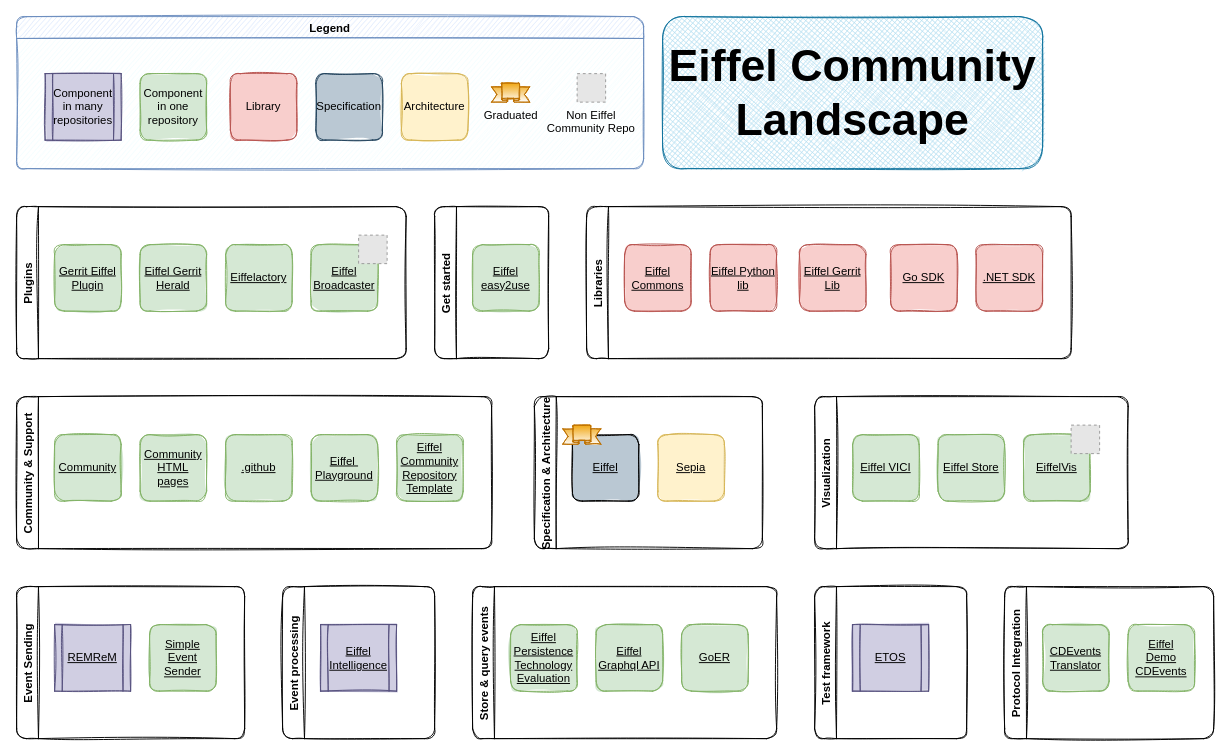
Earlier version of the draw.io diagram src/landscape.drawio (eiffel-community/eiffel-community.github.io). Source tidied: cells renumbered, new cells numbered last; positions are measured from the earlier drawing's top-left corner, leaving out a move shared by most shapes. Both pictures are drawn from the tidied source at 95%, with x=0, y=0 at pixel (16, 16). Pictures stored in the file or linked from it are replaced by grey dashed boxes.
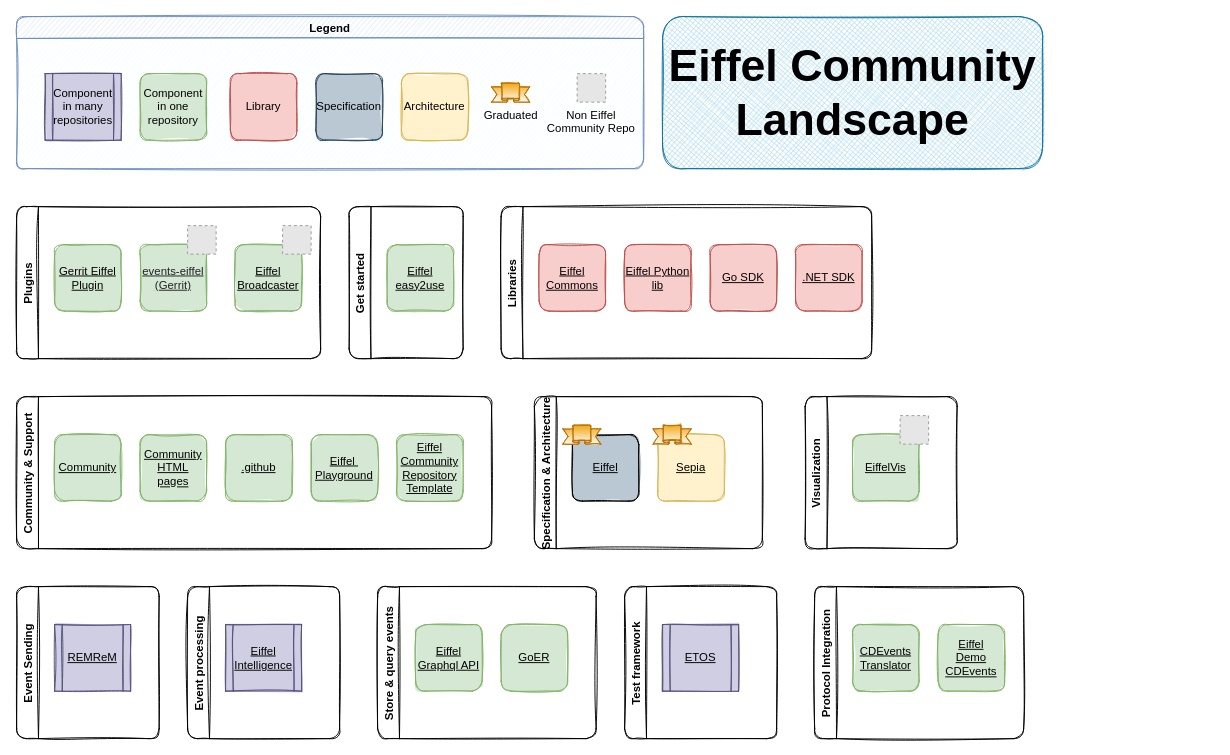
After the change.

Commit message (it also covers changes not shown here):
Removed projects candidate for archiving and added eiffel-events.

Removed the following projects as they have been candidates for archiving.

- eiffel-gerrit-lib
- eiffel-gerrit-herald
- eiffelactory
- eiffel-persistence-technology-evaluation
- eiffel-vici
- eiffel-store

Added:

- eiffel-events (gerrit)

The change refers to these unchanged cells:
```xml
<mxCell id="2" value="Specification &amp; Architecture" style="swimlane;horizontal=0;rounded=1;sketch=1;" parent="1" vertex="1">
  <mxGeometry x="545" y="400" width="240" height="160" as="geometry" />
</mxCell>
```

Diff of the diagram source:
```diff
@@
+    <mxCell id="50" value="&lt;u&gt;Sepia&lt;/u&gt;" style="whiteSpace=wrap;html=1;sketch=1;rounded=1;fillColor=#fff2cc;strokeColor=#d6b656;fillStyle=solid;" parent="1" vertex="1">
+      <mxGeometry x="675" y="440" width="70" height="70" as="geometry" />
+    </mxCell>
@@
+    <mxCell id="54" style="verticalLabelPosition=bottom;verticalAlign=top;html=1;shape=mxgraph.basic.banner;rounded=1;shadow=0;glass=0;sketch=1;fillColor=#f0a30a;strokeColor=#BD7000;fontColor=#000000;gradientColor=#ffffff;" parent="2" vertex="1">
+      <mxGeometry x="125" y="30" width="40" height="20" as="geometry" />
+    </mxCell>
     <mxCell id="5" value="Plugins" style="swimlane;horizontal=0;rounded=1;sketch=1;" parent="1" vertex="1">
-      <mxGeometry y="200" width="410" height="160" as="geometry" />
+      <mxGeometry y="200" width="320" height="160" as="geometry" />
     </mxCell>
@@
-    <mxCell id="7" value="&lt;u&gt;Eiffel Gerrit Herald&lt;/u&gt;" style="whiteSpace=wrap;html=1;sketch=1;rounded=1;fillColor=#d5e8d4;strokeColor=#82b366;fillStyle=solid;" parent="5" vertex="1">
-      <mxGeometry x="130" y="40" width="70" height="70" as="geometry" />
-    </mxCell>
-    <mxCell id="8" value="&lt;u&gt;Eiffelactory&lt;/u&gt;" style="whiteSpace=wrap;html=1;sketch=1;rounded=1;fillColor=#d5e8d4;strokeColor=#82b366;fillStyle=solid;" parent="5" vertex="1">
-      <mxGeometry x="220" y="40" width="70" height="70" as="geometry" />
-    </mxCell>
     <mxCell id="9" value="&lt;u&gt;Eiffel Broadcaster&lt;/u&gt;" style="whiteSpace=wrap;html=1;sketch=1;rounded=1;fillColor=#d5e8d4;strokeColor=#82b366;fillStyle=solid;" parent="5" vertex="1">
-      <mxGeometry x="310" y="40" width="70" height="70" as="geometry" />
+      <mxGeometry x="230" y="40" width="70" height="70" as="geometry" />
     </mxCell>
     <mxCell id="10" style="fillColor=#E6E6E6;strokeColor=#999999;dashed=1;verticalLabelPosition=bottom;verticalAlign=top;fontColor=#007FFF;" parent="5" vertex="1">
-      <mxGeometry x="360" y="30" width="30" height="30" as="geometry" />
+      <mxGeometry x="280" y="20" width="30" height="30" as="geometry" />
     </mxCell>
+    <mxCell id="55" value="&lt;h1 style=&quot;border: 0px; box-sizing: border-box; font-variant-numeric: inherit; font-variant-east-asian: inherit; font-variant-alternates: inherit; font-variant-position: inherit; font-weight: var(--font-weight-h1); font-stretch: inherit; font-size: var(--font-size-h1); line-height: var(--line-height-h1); font-family: var(--header-font-family); font-optical-sizing: inherit; font-kerning: inherit; font-feature-settings: inherit; font-variation-settings: inherit; margin-top: 0px; margin-right: 0px; margin-bottom: var(--spacing-s); margin-left: 0px; padding: 0px; vertical-align: baseline; color: rgb(32, 33, 36);&quot; class=&quot;heading-1&quot; id=&quot;Title&quot;&gt;&lt;u style=&quot;&quot;&gt;events-eiffel (Gerrit)&lt;/u&gt;&lt;/h1&gt;" style="whiteSpace=wrap;html=1;sketch=1;rounded=1;fillColor=#d5e8d4;strokeColor=#82b366;fillStyle=solid;align=center;" parent="5" vertex="1">
+      <mxGeometry x="130" y="40" width="70" height="70" as="geometry" />
+    </mxCell>
+    <mxCell id="56" style="fillColor=#E6E6E6;strokeColor=#999999;dashed=1;verticalLabelPosition=bottom;verticalAlign=top;fontColor=#007FFF;" parent="5" vertex="1">
+      <mxGeometry x="180" y="20" width="30" height="30" as="geometry" />
+    </mxCell>
     <mxCell id="11" value="Store &amp; query events" style="swimlane;horizontal=0;rounded=1;sketch=1;" parent="1" vertex="1">
-      <mxGeometry x="480" y="600" width="320" height="160" as="geometry" />
+      <mxGeometry x="380" y="600" width="230" height="160" as="geometry" />
     </mxCell>
-    <mxCell id="12" value="&lt;u&gt;Eiffel Persistence Technology Evaluation&lt;/u&gt;" style="whiteSpace=wrap;html=1;sketch=1;rounded=1;fillColor=#d5e8d4;strokeColor=#82b366;fillStyle=solid;" parent="11" vertex="1">
-      <mxGeometry x="40" y="40" width="70" height="70" as="geometry" />
-    </mxCell>
     <mxCell id="13" value="&lt;u&gt;Eiffel Graphql API&lt;/u&gt;" style="whiteSpace=wrap;html=1;sketch=1;rounded=1;fillColor=#d5e8d4;strokeColor=#82b366;fillStyle=solid;" parent="11" vertex="1">
-      <mxGeometry x="130" y="40" width="70" height="70" as="geometry" />
+      <mxGeometry x="40" y="40" width="70" height="70" as="geometry" />
     </mxCell>
     <mxCell id="14" value="&lt;u&gt;GoER&lt;/u&gt;" style="whiteSpace=wrap;html=1;sketch=1;rounded=1;fillColor=#d5e8d4;strokeColor=#82b366;fillStyle=solid;" parent="11" vertex="1">
-      <mxGeometry x="220" y="40" width="70" height="70" as="geometry" />
+      <mxGeometry x="130" y="40" width="70" height="70" as="geometry" />
     </mxCell>
     <mxCell id="15" value="Event Sending" style="swimlane;horizontal=0;rounded=1;sketch=1;glass=0;shadow=0;" parent="1" vertex="1">
-      <mxGeometry y="600" width="240" height="160" as="geometry" />
+      <mxGeometry y="600" width="150" height="160" as="geometry" />
     </mxCell>
@@
-    <mxCell id="17" value="&lt;div&gt;&lt;u&gt;Simple Event Sender &lt;/u&gt;&lt;br&gt;&lt;/div&gt;" style="whiteSpace=wrap;html=1;sketch=1;rounded=1;fillColor=#d5e8d4;strokeColor=#82b366;fillStyle=solid;" parent="15" vertex="1">
-      <mxGeometry x="140" y="40" width="70" height="70" as="geometry" />
-    </mxCell>
     <mxCell id="18" value="Get started" style="swimlane;horizontal=0;rounded=1;sketch=1;" parent="1" vertex="1">
-      <mxGeometry x="440" y="200" width="120" height="160" as="geometry" />
+      <mxGeometry x="350" y="200" width="120" height="160" as="geometry" />
     </mxCell>
@@
     <mxCell id="20" value="Visualization" style="swimlane;horizontal=0;rounded=1;sketch=1;" parent="1" vertex="1">
-      <mxGeometry x="840" y="400" width="330" height="160" as="geometry" />
+      <mxGeometry x="830" y="400" width="160" height="160" as="geometry" />
     </mxCell>
-    <mxCell id="21" value="&lt;u&gt;Eiffel VICI&lt;/u&gt;" style="whiteSpace=wrap;html=1;sketch=1;rounded=1;fillColor=#d5e8d4;strokeColor=#82b366;fillStyle=solid;" parent="20" vertex="1">
-      <mxGeometry x="40" y="40" width="70" height="70" as="geometry" />
-    </mxCell>
-    <mxCell id="22" value="&lt;div&gt;&lt;u&gt;Eiffel Store&lt;/u&gt;&lt;/div&gt;" style="whiteSpace=wrap;html=1;sketch=1;rounded=1;fillColor=#d5e8d4;strokeColor=#82b366;fillStyle=solid;" parent="20" vertex="1">
-      <mxGeometry x="130" y="40" width="70" height="70" as="geometry" />
-    </mxCell>
     <mxCell id="23" value="&lt;u&gt;EiffelVis&lt;/u&gt;" style="whiteSpace=wrap;html=1;sketch=1;rounded=1;fillColor=#d5e8d4;strokeColor=#82b366;fillStyle=solid;" parent="20" vertex="1">
-      <mxGeometry x="220" y="40" width="70" height="70" as="geometry" />
+      <mxGeometry x="50" y="40" width="70" height="70" as="geometry" />
     </mxCell>
     <mxCell id="24" style="fillColor=#E6E6E6;strokeColor=#999999;dashed=1;verticalLabelPosition=bottom;verticalAlign=top;fontColor=#007FFF;" parent="20" vertex="1">
-      <mxGeometry x="270" y="30" width="30" height="30" as="geometry" />
+      <mxGeometry x="100" y="20" width="30" height="30" as="geometry" />
     </mxCell>
     <mxCell id="25" value="Event processing" style="swimlane;horizontal=0;rounded=1;sketch=1;" parent="1" vertex="1">
-      <mxGeometry x="280" y="600" width="160" height="160" as="geometry" />
+      <mxGeometry x="180" y="600" width="160" height="160" as="geometry" />
     </mxCell>
@@
     <mxCell id="27" value="Test framework" style="swimlane;horizontal=0;rounded=1;sketch=1;" parent="1" vertex="1">
-      <mxGeometry x="840" y="600" width="160" height="160" as="geometry" />
+      <mxGeometry x="640" y="600" width="160" height="160" as="geometry" />
     </mxCell>
@@
     <mxCell id="35" value="Libraries" style="swimlane;horizontal=0;rounded=1;sketch=1;" parent="1" vertex="1">
-      <mxGeometry x="600" y="200" width="510" height="160" as="geometry" />
+      <mxGeometry x="510" y="200" width="390" height="160" as="geometry" />
     </mxCell>
@@
-    <mxCell id="38" value="&lt;u&gt;Eiffel Gerrit Lib&lt;/u&gt;" style="whiteSpace=wrap;html=1;sketch=1;rounded=1;fillColor=#f8cecc;strokeColor=#b85450;fillStyle=solid;" parent="35" vertex="1">
-      <mxGeometry x="224" y="40" width="70" height="70" as="geometry" />
-    </mxCell>
     <mxCell id="39" value="&lt;u&gt;Go SDK&lt;/u&gt;" style="whiteSpace=wrap;html=1;sketch=1;rounded=1;fillColor=#f8cecc;strokeColor=#b85450;fillStyle=solid;" parent="35" vertex="1">
-      <mxGeometry x="320" y="40" width="70" height="70" as="geometry" />
+      <mxGeometry x="220" y="40" width="70" height="70" as="geometry" />
     </mxCell>
     <mxCell id="40" value="&lt;u&gt;.NET SDK&lt;br&gt;&lt;/u&gt;" style="whiteSpace=wrap;html=1;sketch=1;rounded=1;fillColor=#f8cecc;strokeColor=#b85450;fillStyle=solid;" parent="35" vertex="1">
-      <mxGeometry x="410" y="40" width="70" height="70" as="geometry" />
+      <mxGeometry x="310" y="40" width="70" height="70" as="geometry" />
     </mxCell>
@@
-    <mxCell id="50" value="&lt;u&gt;Sepia&lt;/u&gt;" style="whiteSpace=wrap;html=1;sketch=1;rounded=1;fillColor=#fff2cc;strokeColor=#d6b656;fillStyle=solid;" parent="1" vertex="1">
-      <mxGeometry x="675" y="440" width="70" height="70" as="geometry" />
-    </mxCell>
     <mxCell id="51" value="Protocol Integration" style="swimlane;horizontal=0;rounded=1;sketch=1;" parent="1" vertex="1">
-      <mxGeometry x="1040" y="600" width="220" height="160" as="geometry" />
+      <mxGeometry x="840" y="600" width="220" height="160" as="geometry" />
     </mxCell>
```
